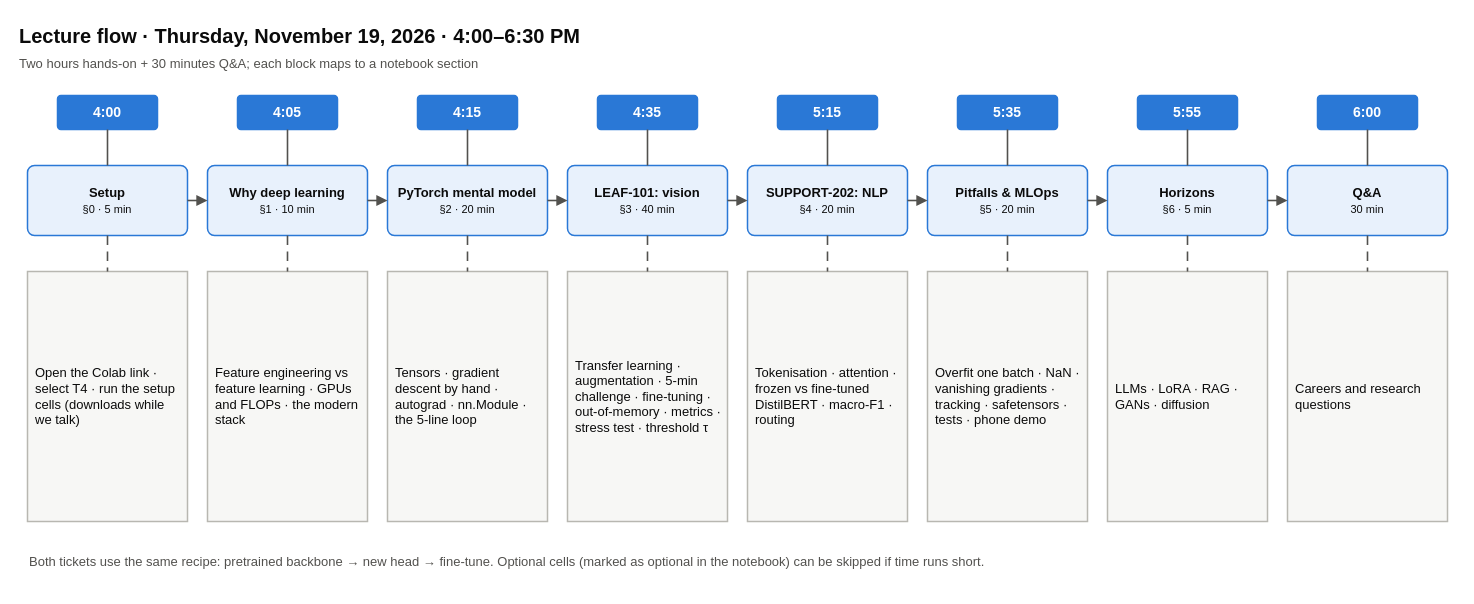
This is page "8 · Lecture flow" (8 of 9) of docs/diagrams/architecture.drawio from Sushanth-Manakhari/deep-learning-handson-lecture, a draw.io file, before an edit. Source tidied: cells renumbered, new cells numbered last; positions are measured from the earlier drawing's top-left corner, leaving out a move shared by most shapes. Both pictures are drawn from the tidied source at 100%, with x=0, y=0 at pixel (17, 17).
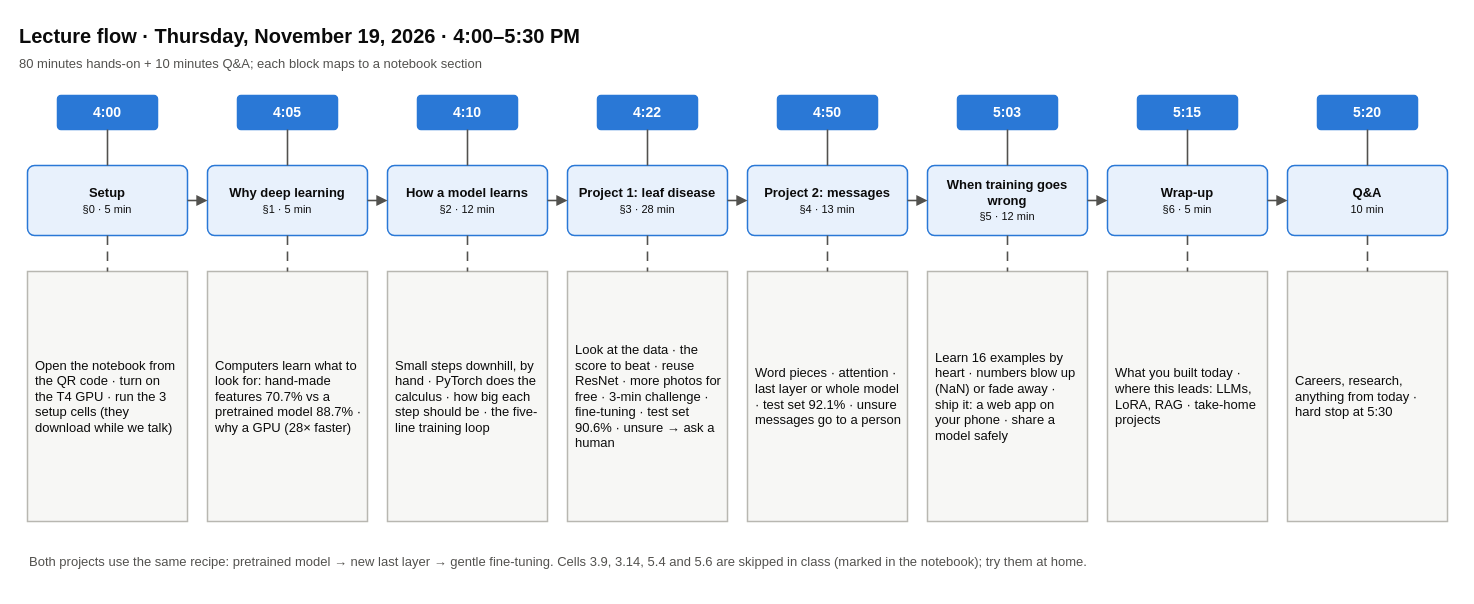
The same page after the edit.

Diff of the diagram source:
```diff
@@
-    <mxCell id="2" value="Lecture flow · Thursday, November 19, 2026 · 4:00–6:30 PM" style="text;html=1;whiteSpace=wrap;align=left;verticalAlign=top;fontSize=20;fontStyle=1;fontColor=#0b0b0b;fontFamily=Helvetica;" parent="1" vertex="1">
+    <mxCell id="2" value="Lecture flow · Thursday, November 19, 2026 · 4:00–5:30 PM" style="text;html=1;whiteSpace=wrap;align=left;verticalAlign=top;fontSize=20;fontStyle=1;fontColor=#0b0b0b;fontFamily=Helvetica;" parent="1" vertex="1">
       <mxGeometry width="1440" height="30" as="geometry" />
     </mxCell>
-    <mxCell id="3" value="Two hours hands-on + 30 minutes Q&amp;amp;A; each block maps to a notebook section" style="text;html=1;whiteSpace=wrap;align=left;verticalAlign=top;fontSize=13;fontStyle=0;fontColor=#52514e;fontFamily=Helvetica;" parent="1" vertex="1">
+    <mxCell id="3" value="80 minutes hands-on + 10 minutes Q&amp;amp;A; each block maps to a notebook section" style="text;html=1;whiteSpace=wrap;align=left;verticalAlign=top;fontSize=13;fontStyle=0;fontColor=#52514e;fontFamily=Helvetica;" parent="1" vertex="1">
       <mxGeometry y="32" width="1440" height="22" as="geometry" />
     </mxCell>
-    <mxCell id="4" value="Both tickets use the same recipe: pretrained backbone → new head → fine-tune. Optional cells (marked as optional in the notebook) can be skipped if time runs short." style="text;html=1;whiteSpace=wrap;align=left;verticalAlign=top;fontSize=13;fontStyle=0;fontColor=#52514e;fontFamily=Helvetica;" parent="1" vertex="1">
+    <mxCell id="4" value="Both projects use the same recipe: pretrained model → new last layer → gentle fine-tuning. Cells 3.9, 3.14, 5.4 and 5.6 are skipped in class (marked in the notebook); try them at home." style="text;html=1;whiteSpace=wrap;align=left;verticalAlign=top;fontSize=13;fontStyle=0;fontColor=#52514e;fontFamily=Helvetica;" parent="1" vertex="1">
       <mxGeometry x="10" y="530" width="1420" height="40" as="geometry" />
     </mxCell>
@@
-    <mxCell id="7" value="Open the Colab link · select T4 · run the setup cells (downloads while we talk)" style="rounded=0;html=1;whiteSpace=wrap;fontFamily=Helvetica;fontSize=13;fontColor=#0b0b0b;fillColor=#f7f7f5;strokeColor=#b8b7b1;strokeWidth=1.5;align=left;spacingLeft=6;spacingRight=6;verticalAlign=middle;" parent="1" vertex="1">
+    <mxCell id="7" value="Open the notebook from the QR code · turn on the T4 GPU · run the 3 setup cells (they download while we talk)" style="rounded=0;html=1;whiteSpace=wrap;fontFamily=Helvetica;fontSize=13;fontColor=#0b0b0b;fillColor=#f7f7f5;strokeColor=#b8b7b1;strokeWidth=1.5;align=left;spacingLeft=6;spacingRight=6;verticalAlign=middle;" parent="1" vertex="1">
       <mxGeometry x="10" y="254" width="160" height="250" as="geometry" />
     </mxCell>
@@
-    <mxCell id="9" value="&lt;b&gt;Why deep learning&lt;/b&gt;&lt;br&gt;&lt;span style=&quot;font-size:11px&quot;&gt;§1 · 10 min&lt;/span&gt;" style="rounded=1;arcSize=10;html=1;whiteSpace=wrap;fontFamily=Helvetica;fontSize=13;fontColor=#0b0b0b;fillColor=#e8f1fc;strokeColor=#2a78d6;strokeWidth=1.5;align=center;spacingLeft=6;spacingRight=6;verticalAlign=middle;" parent="1" vertex="1">
+    <mxCell id="9" value="&lt;b&gt;Why deep learning&lt;/b&gt;&lt;br&gt;&lt;span style=&quot;font-size:11px&quot;&gt;§1 · 5 min&lt;/span&gt;" style="rounded=1;arcSize=10;html=1;whiteSpace=wrap;fontFamily=Helvetica;fontSize=13;fontColor=#0b0b0b;fillColor=#e8f1fc;strokeColor=#2a78d6;strokeWidth=1.5;align=center;spacingLeft=6;spacingRight=6;verticalAlign=middle;" parent="1" vertex="1">
       <mxGeometry x="190" y="148" width="160" height="70" as="geometry" />
     </mxCell>
-    <mxCell id="10" value="Feature engineering vs feature learning · GPUs and FLOPs · the modern stack" style="rounded=0;html=1;whiteSpace=wrap;fontFamily=Helvetica;fontSize=13;fontColor=#0b0b0b;fillColor=#f7f7f5;strokeColor=#b8b7b1;strokeWidth=1.5;align=left;spacingLeft=6;spacingRight=6;verticalAlign=middle;" parent="1" vertex="1">
+    <mxCell id="10" value="Computers learn what to look for: hand-made features 70.7% vs a pretrained model 88.7% · why a GPU (28× faster)" style="rounded=0;html=1;whiteSpace=wrap;fontFamily=Helvetica;fontSize=13;fontColor=#0b0b0b;fillColor=#f7f7f5;strokeColor=#b8b7b1;strokeWidth=1.5;align=left;spacingLeft=6;spacingRight=6;verticalAlign=middle;" parent="1" vertex="1">
       <mxGeometry x="190" y="254" width="160" height="250" as="geometry" />
     </mxCell>
-    <mxCell id="11" value="&lt;b&gt;4:15&lt;/b&gt;" style="rounded=1;arcSize=10;html=1;whiteSpace=wrap;fontFamily=Helvetica;fontSize=14;fontColor=#ffffff;fillColor=#2a78d6;strokeColor=#2a78d6;strokeWidth=1.5;align=center;spacingLeft=6;spacingRight=6;verticalAlign=middle;" parent="1" vertex="1">
+    <mxCell id="11" value="&lt;b&gt;4:10&lt;/b&gt;" style="rounded=1;arcSize=10;html=1;whiteSpace=wrap;fontFamily=Helvetica;fontSize=14;fontColor=#ffffff;fillColor=#2a78d6;strokeColor=#2a78d6;strokeWidth=1.5;align=center;spacingLeft=6;spacingRight=6;verticalAlign=middle;" parent="1" vertex="1">
       <mxGeometry x="400" y="78" width="100" height="34" as="geometry" />
     </mxCell>
-    <mxCell id="12" value="&lt;b&gt;PyTorch mental model&lt;/b&gt;&lt;br&gt;&lt;span style=&quot;font-size:11px&quot;&gt;§2 · 20 min&lt;/span&gt;" style="rounded=1;arcSize=10;html=1;whiteSpace=wrap;fontFamily=Helvetica;fontSize=13;fontColor=#0b0b0b;fillColor=#e8f1fc;strokeColor=#2a78d6;strokeWidth=1.5;align=center;spacingLeft=6;spacingRight=6;verticalAlign=middle;" parent="1" vertex="1">
+    <mxCell id="12" value="&lt;b&gt;How a model learns&lt;/b&gt;&lt;br&gt;&lt;span style=&quot;font-size:11px&quot;&gt;§2 · 12 min&lt;/span&gt;" style="rounded=1;arcSize=10;html=1;whiteSpace=wrap;fontFamily=Helvetica;fontSize=13;fontColor=#0b0b0b;fillColor=#e8f1fc;strokeColor=#2a78d6;strokeWidth=1.5;align=center;spacingLeft=6;spacingRight=6;verticalAlign=middle;" parent="1" vertex="1">
       <mxGeometry x="370" y="148" width="160" height="70" as="geometry" />
     </mxCell>
-    <mxCell id="13" value="Tensors · gradient descent by hand · autograd · nn.Module · the 5-line loop" style="rounded=0;html=1;whiteSpace=wrap;fontFamily=Helvetica;fontSize=13;fontColor=#0b0b0b;fillColor=#f7f7f5;strokeColor=#b8b7b1;strokeWidth=1.5;align=left;spacingLeft=6;spacingRight=6;verticalAlign=middle;" parent="1" vertex="1">
+    <mxCell id="13" value="Small steps downhill, by hand · PyTorch does the calculus · how big each step should be · the five-line training loop" style="rounded=0;html=1;whiteSpace=wrap;fontFamily=Helvetica;fontSize=13;fontColor=#0b0b0b;fillColor=#f7f7f5;strokeColor=#b8b7b1;strokeWidth=1.5;align=left;spacingLeft=6;spacingRight=6;verticalAlign=middle;" parent="1" vertex="1">
       <mxGeometry x="370" y="254" width="160" height="250" as="geometry" />
     </mxCell>
-    <mxCell id="14" value="&lt;b&gt;4:35&lt;/b&gt;" style="rounded=1;arcSize=10;html=1;whiteSpace=wrap;fontFamily=Helvetica;fontSize=14;fontColor=#ffffff;fillColor=#2a78d6;strokeColor=#2a78d6;strokeWidth=1.5;align=center;spacingLeft=6;spacingRight=6;verticalAlign=middle;" parent="1" vertex="1">
+    <mxCell id="14" value="&lt;b&gt;4:22&lt;/b&gt;" style="rounded=1;arcSize=10;html=1;whiteSpace=wrap;fontFamily=Helvetica;fontSize=14;fontColor=#ffffff;fillColor=#2a78d6;strokeColor=#2a78d6;strokeWidth=1.5;align=center;spacingLeft=6;spacingRight=6;verticalAlign=middle;" parent="1" vertex="1">
       <mxGeometry x="580" y="78" width="100" height="34" as="geometry" />
     </mxCell>
-    <mxCell id="15" value="&lt;b&gt;LEAF-101: vision&lt;/b&gt;&lt;br&gt;&lt;span style=&quot;font-size:11px&quot;&gt;§3 · 40 min&lt;/span&gt;" style="rounded=1;arcSize=10;html=1;whiteSpace=wrap;fontFamily=Helvetica;fontSize=13;fontColor=#0b0b0b;fillColor=#e8f1fc;strokeColor=#2a78d6;strokeWidth=1.5;align=center;spacingLeft=6;spacingRight=6;verticalAlign=middle;" parent="1" vertex="1">
+    <mxCell id="15" value="&lt;b&gt;Project 1: leaf disease&lt;/b&gt;&lt;br&gt;&lt;span style=&quot;font-size:11px&quot;&gt;§3 · 28 min&lt;/span&gt;" style="rounded=1;arcSize=10;html=1;whiteSpace=wrap;fontFamily=Helvetica;fontSize=13;fontColor=#0b0b0b;fillColor=#e8f1fc;strokeColor=#2a78d6;strokeWidth=1.5;align=center;spacingLeft=6;spacingRight=6;verticalAlign=middle;" parent="1" vertex="1">
       <mxGeometry x="550" y="148" width="160" height="70" as="geometry" />
     </mxCell>
-    <mxCell id="16" value="Transfer learning · augmentation · 5-min challenge · fine-tuning · out-of-memory · metrics · stress test · threshold τ" style="rounded=0;html=1;whiteSpace=wrap;fontFamily=Helvetica;fontSize=13;fontColor=#0b0b0b;fillColor=#f7f7f5;strokeColor=#b8b7b1;strokeWidth=1.5;align=left;spacingLeft=6;spacingRight=6;verticalAlign=middle;" parent="1" vertex="1">
+    <mxCell id="16" value="Look at the data · the score to beat · reuse ResNet · more photos for free · 3-min challenge · fine-tuning · test set 90.6% · unsure → ask a human" style="rounded=0;html=1;whiteSpace=wrap;fontFamily=Helvetica;fontSize=13;fontColor=#0b0b0b;fillColor=#f7f7f5;strokeColor=#b8b7b1;strokeWidth=1.5;align=left;spacingLeft=6;spacingRight=6;verticalAlign=middle;" parent="1" vertex="1">
       <mxGeometry x="550" y="254" width="160" height="250" as="geometry" />
     </mxCell>
-    <mxCell id="17" value="&lt;b&gt;5:15&lt;/b&gt;" style="rounded=1;arcSize=10;html=1;whiteSpace=wrap;fontFamily=Helvetica;fontSize=14;fontColor=#ffffff;fillColor=#2a78d6;strokeColor=#2a78d6;strokeWidth=1.5;align=center;spacingLeft=6;spacingRight=6;verticalAlign=middle;" parent="1" vertex="1">
+    <mxCell id="17" value="&lt;b&gt;4:50&lt;/b&gt;" style="rounded=1;arcSize=10;html=1;whiteSpace=wrap;fontFamily=Helvetica;fontSize=14;fontColor=#ffffff;fillColor=#2a78d6;strokeColor=#2a78d6;strokeWidth=1.5;align=center;spacingLeft=6;spacingRight=6;verticalAlign=middle;" parent="1" vertex="1">
       <mxGeometry x="760" y="78" width="100" height="34" as="geometry" />
     </mxCell>
-    <mxCell id="18" value="&lt;b&gt;SUPPORT-202: NLP&lt;/b&gt;&lt;br&gt;&lt;span style=&quot;font-size:11px&quot;&gt;§4 · 20 min&lt;/span&gt;" style="rounded=1;arcSize=10;html=1;whiteSpace=wrap;fontFamily=Helvetica;fontSize=13;fontColor=#0b0b0b;fillColor=#e8f1fc;strokeColor=#2a78d6;strokeWidth=1.5;align=center;spacingLeft=6;spacingRight=6;verticalAlign=middle;" parent="1" vertex="1">
+    <mxCell id="18" value="&lt;b&gt;Project 2: messages&lt;/b&gt;&lt;br&gt;&lt;span style=&quot;font-size:11px&quot;&gt;§4 · 13 min&lt;/span&gt;" style="rounded=1;arcSize=10;html=1;whiteSpace=wrap;fontFamily=Helvetica;fontSize=13;fontColor=#0b0b0b;fillColor=#e8f1fc;strokeColor=#2a78d6;strokeWidth=1.5;align=center;spacingLeft=6;spacingRight=6;verticalAlign=middle;" parent="1" vertex="1">
       <mxGeometry x="730" y="148" width="160" height="70" as="geometry" />
     </mxCell>
-    <mxCell id="19" value="Tokenisation · attention · frozen vs fine-tuned DistilBERT · macro-F1 · routing" style="rounded=0;html=1;whiteSpace=wrap;fontFamily=Helvetica;fontSize=13;fontColor=#0b0b0b;fillColor=#f7f7f5;strokeColor=#b8b7b1;strokeWidth=1.5;align=left;spacingLeft=6;spacingRight=6;verticalAlign=middle;" parent="1" vertex="1">
+    <mxCell id="19" value="Word pieces · attention · last layer or whole model · test set 92.1% · unsure messages go to a person" style="rounded=0;html=1;whiteSpace=wrap;fontFamily=Helvetica;fontSize=13;fontColor=#0b0b0b;fillColor=#f7f7f5;strokeColor=#b8b7b1;strokeWidth=1.5;align=left;spacingLeft=6;spacingRight=6;verticalAlign=middle;" parent="1" vertex="1">
       <mxGeometry x="730" y="254" width="160" height="250" as="geometry" />
     </mxCell>
-    <mxCell id="20" value="&lt;b&gt;5:35&lt;/b&gt;" style="rounded=1;arcSize=10;html=1;whiteSpace=wrap;fontFamily=Helvetica;fontSize=14;fontColor=#ffffff;fillColor=#2a78d6;strokeColor=#2a78d6;strokeWidth=1.5;align=center;spacingLeft=6;spacingRight=6;verticalAlign=middle;" parent="1" vertex="1">
+    <mxCell id="20" value="&lt;b&gt;5:03&lt;/b&gt;" style="rounded=1;arcSize=10;html=1;whiteSpace=wrap;fontFamily=Helvetica;fontSize=14;fontColor=#ffffff;fillColor=#2a78d6;strokeColor=#2a78d6;strokeWidth=1.5;align=center;spacingLeft=6;spacingRight=6;verticalAlign=middle;" parent="1" vertex="1">
       <mxGeometry x="940" y="78" width="100" height="34" as="geometry" />
     </mxCell>
-    <mxCell id="21" value="&lt;b&gt;Pitfalls &amp;amp; MLOps&lt;/b&gt;&lt;br&gt;&lt;span style=&quot;font-size:11px&quot;&gt;§5 · 20 min&lt;/span&gt;" style="rounded=1;arcSize=10;html=1;whiteSpace=wrap;fontFamily=Helvetica;fontSize=13;fontColor=#0b0b0b;fillColor=#e8f1fc;strokeColor=#2a78d6;strokeWidth=1.5;align=center;spacingLeft=6;spacingRight=6;verticalAlign=middle;" parent="1" vertex="1">
+    <mxCell id="21" value="&lt;b&gt;When training goes wrong&lt;/b&gt;&lt;br&gt;&lt;span style=&quot;font-size:11px&quot;&gt;§5 · 12 min&lt;/span&gt;" style="rounded=1;arcSize=10;html=1;whiteSpace=wrap;fontFamily=Helvetica;fontSize=13;fontColor=#0b0b0b;fillColor=#e8f1fc;strokeColor=#2a78d6;strokeWidth=1.5;align=center;spacingLeft=6;spacingRight=6;verticalAlign=middle;" parent="1" vertex="1">
       <mxGeometry x="910" y="148" width="160" height="70" as="geometry" />
     </mxCell>
-    <mxCell id="22" value="Overfit one batch · NaN · vanishing gradients · tracking · safetensors · tests · phone demo" style="rounded=0;html=1;whiteSpace=wrap;fontFamily=Helvetica;fontSize=13;fontColor=#0b0b0b;fillColor=#f7f7f5;strokeColor=#b8b7b1;strokeWidth=1.5;align=left;spacingLeft=6;spacingRight=6;verticalAlign=middle;" parent="1" vertex="1">
+    <mxCell id="22" value="Learn 16 examples by heart · numbers blow up (NaN) or fade away · ship it: a web app on your phone · share a model safely" style="rounded=0;html=1;whiteSpace=wrap;fontFamily=Helvetica;fontSize=13;fontColor=#0b0b0b;fillColor=#f7f7f5;strokeColor=#b8b7b1;strokeWidth=1.5;align=left;spacingLeft=6;spacingRight=6;verticalAlign=middle;" parent="1" vertex="1">
       <mxGeometry x="910" y="254" width="160" height="250" as="geometry" />
     </mxCell>
-    <mxCell id="23" value="&lt;b&gt;5:55&lt;/b&gt;" style="rounded=1;arcSize=10;html=1;whiteSpace=wrap;fontFamily=Helvetica;fontSize=14;fontColor=#ffffff;fillColor=#2a78d6;strokeColor=#2a78d6;strokeWidth=1.5;align=center;spacingLeft=6;spacingRight=6;verticalAlign=middle;" parent="1" vertex="1">
+    <mxCell id="23" value="&lt;b&gt;5:15&lt;/b&gt;" style="rounded=1;arcSize=10;html=1;whiteSpace=wrap;fontFamily=Helvetica;fontSize=14;fontColor=#ffffff;fillColor=#2a78d6;strokeColor=#2a78d6;strokeWidth=1.5;align=center;spacingLeft=6;spacingRight=6;verticalAlign=middle;" parent="1" vertex="1">
       <mxGeometry x="1120" y="78" width="100" height="34" as="geometry" />
     </mxCell>
-    <mxCell id="24" value="&lt;b&gt;Horizons&lt;/b&gt;&lt;br&gt;&lt;span style=&quot;font-size:11px&quot;&gt;§6 · 5 min&lt;/span&gt;" style="rounded=1;arcSize=10;html=1;whiteSpace=wrap;fontFamily=Helvetica;fontSize=13;fontColor=#0b0b0b;fillColor=#e8f1fc;strokeColor=#2a78d6;strokeWidth=1.5;align=center;spacingLeft=6;spacingRight=6;verticalAlign=middle;" parent="1" vertex="1">
+    <mxCell id="24" value="&lt;b&gt;Wrap-up&lt;/b&gt;&lt;br&gt;&lt;span style=&quot;font-size:11px&quot;&gt;§6 · 5 min&lt;/span&gt;" style="rounded=1;arcSize=10;html=1;whiteSpace=wrap;fontFamily=Helvetica;fontSize=13;fontColor=#0b0b0b;fillColor=#e8f1fc;strokeColor=#2a78d6;strokeWidth=1.5;align=center;spacingLeft=6;spacingRight=6;verticalAlign=middle;" parent="1" vertex="1">
       <mxGeometry x="1090" y="148" width="160" height="70" as="geometry" />
     </mxCell>
-    <mxCell id="25" value="LLMs · LoRA · RAG · GANs · diffusion" style="rounded=0;html=1;whiteSpace=wrap;fontFamily=Helvetica;fontSize=13;fontColor=#0b0b0b;fillColor=#f7f7f5;strokeColor=#b8b7b1;strokeWidth=1.5;align=left;spacingLeft=6;spacingRight=6;verticalAlign=middle;" parent="1" vertex="1">
+    <mxCell id="25" value="What you built today · where this leads: LLMs, LoRA, RAG · take-home projects" style="rounded=0;html=1;whiteSpace=wrap;fontFamily=Helvetica;fontSize=13;fontColor=#0b0b0b;fillColor=#f7f7f5;strokeColor=#b8b7b1;strokeWidth=1.5;align=left;spacingLeft=6;spacingRight=6;verticalAlign=middle;" parent="1" vertex="1">
       <mxGeometry x="1090" y="254" width="160" height="250" as="geometry" />
     </mxCell>
-    <mxCell id="26" value="&lt;b&gt;6:00&lt;/b&gt;" style="rounded=1;arcSize=10;html=1;whiteSpace=wrap;fontFamily=Helvetica;fontSize=14;fontColor=#ffffff;fillColor=#2a78d6;strokeColor=#2a78d6;strokeWidth=1.5;align=center;spacingLeft=6;spacingRight=6;verticalAlign=middle;" parent="1" vertex="1">
+    <mxCell id="26" value="&lt;b&gt;5:20&lt;/b&gt;" style="rounded=1;arcSize=10;html=1;whiteSpace=wrap;fontFamily=Helvetica;fontSize=14;fontColor=#ffffff;fillColor=#2a78d6;strokeColor=#2a78d6;strokeWidth=1.5;align=center;spacingLeft=6;spacingRight=6;verticalAlign=middle;" parent="1" vertex="1">
       <mxGeometry x="1300" y="78" width="100" height="34" as="geometry" />
     </mxCell>
-    <mxCell id="27" value="&lt;b&gt;Q&amp;amp;A&lt;/b&gt;&lt;br&gt;&lt;span style=&quot;font-size:11px&quot;&gt;30 min&lt;/span&gt;" style="rounded=1;arcSize=10;html=1;whiteSpace=wrap;fontFamily=Helvetica;fontSize=13;fontColor=#0b0b0b;fillColor=#e8f1fc;strokeColor=#2a78d6;strokeWidth=1.5;align=center;spacingLeft=6;spacingRight=6;verticalAlign=middle;" parent="1" vertex="1">
+    <mxCell id="27" value="&lt;b&gt;Q&amp;amp;A&lt;/b&gt;&lt;br&gt;&lt;span style=&quot;font-size:11px&quot;&gt;10 min&lt;/span&gt;" style="rounded=1;arcSize=10;html=1;whiteSpace=wrap;fontFamily=Helvetica;fontSize=13;fontColor=#0b0b0b;fillColor=#e8f1fc;strokeColor=#2a78d6;strokeWidth=1.5;align=center;spacingLeft=6;spacingRight=6;verticalAlign=middle;" parent="1" vertex="1">
       <mxGeometry x="1270" y="148" width="160" height="70" as="geometry" />
     </mxCell>
-    <mxCell id="28" value="Careers and research questions" style="rounded=0;html=1;whiteSpace=wrap;fontFamily=Helvetica;fontSize=13;fontColor=#0b0b0b;fillColor=#f7f7f5;strokeColor=#b8b7b1;strokeWidth=1.5;align=left;spacingLeft=6;spacingRight=6;verticalAlign=middle;" parent="1" vertex="1">
+    <mxCell id="28" value="Careers, research, anything from today · hard stop at 5:30" style="rounded=0;html=1;whiteSpace=wrap;fontFamily=Helvetica;fontSize=13;fontColor=#0b0b0b;fillColor=#f7f7f5;strokeColor=#b8b7b1;strokeWidth=1.5;align=left;spacingLeft=6;spacingRight=6;verticalAlign=middle;" parent="1" vertex="1">
       <mxGeometry x="1270" y="254" width="160" height="250" as="geometry" />
     </mxCell>
```
